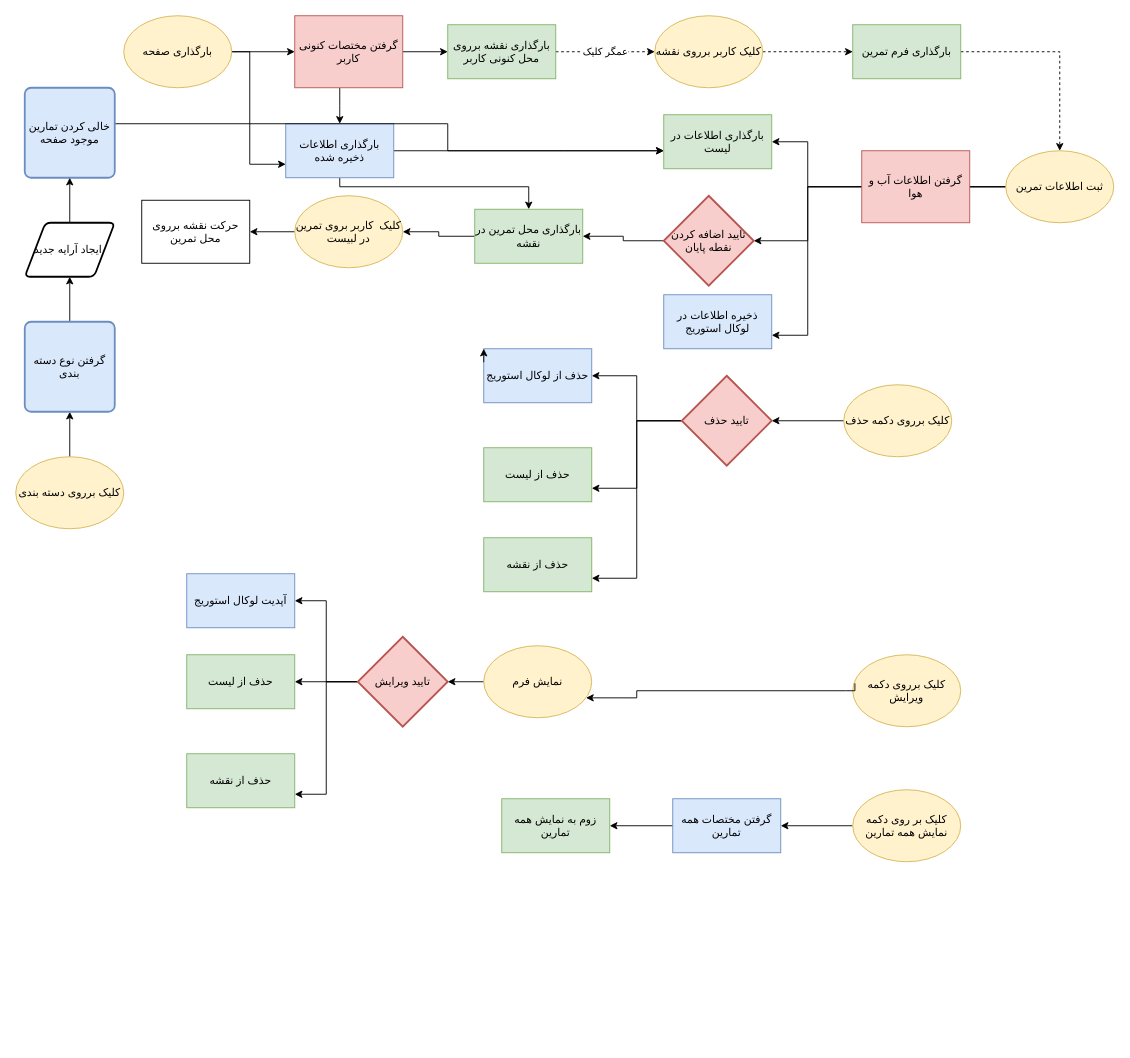
Above: flowChart.drawio in behnamrhp/mapr (draw.io), before the change. Source tidied: cells renumbered, new cells numbered last; positions are measured from the earlier drawing's top-left corner, leaving out a move shared by most shapes. Both pictures are drawn from the tidied source at 90%, with x=0, y=0 at pixel (15, -138).
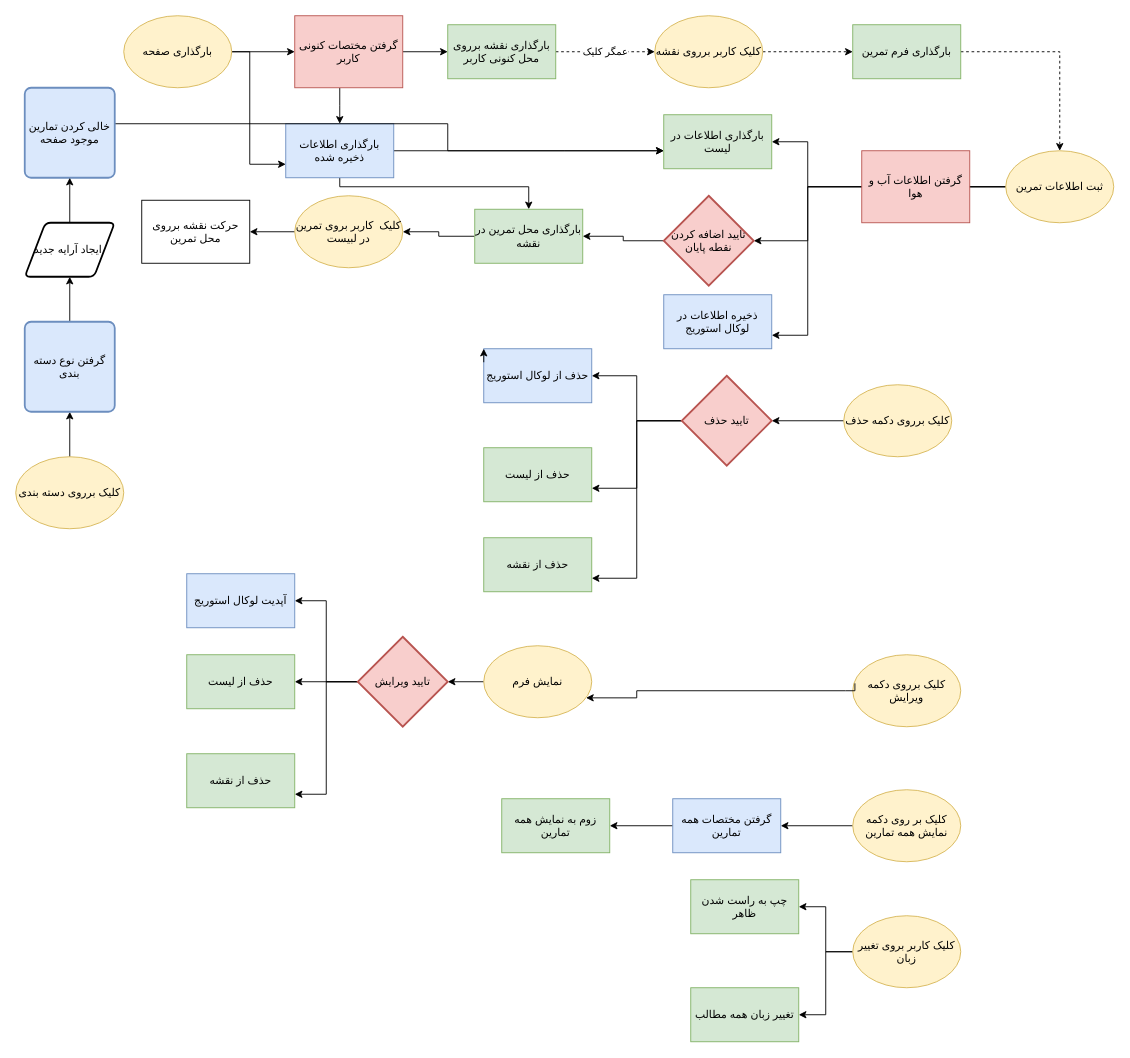
Above is the later version.

Diff of the diagram source:
```diff
@@
+    <mxCell id="66" style="edgeStyle=orthogonalEdgeStyle;rounded=0;jettySize=auto;html=1;entryX=1;entryY=0.5;entryDx=0;entryDy=0;" parent="1" edge="1" source="68" target="69">
+      <mxGeometry relative="1" as="geometry" />
+    </mxCell>
+    <mxCell id="67" style="edgeStyle=orthogonalEdgeStyle;rounded=0;jettySize=auto;html=1;entryX=1;entryY=0.5;entryDx=0;entryDy=0;" parent="1" edge="1" source="68" target="70">
+      <mxGeometry relative="1" as="geometry" />
+    </mxCell>
+    <mxCell id="68" value="کلیک کاربر بروی تغییر زبان" style="ellipse;whiteSpace=wrap;html=1;fillColor=#fff2cc;strokeColor=#d6b656;" parent="1" vertex="1">
+      <mxGeometry x="930" y="1170" width="120" height="80" as="geometry" />
+    </mxCell>
+    <mxCell id="69" value="چپ به راست شدن ظاهر" style="rounded=0;whiteSpace=wrap;html=1;fillColor=#d5e8d4;strokeColor=#82b366;" parent="1" vertex="1">
+      <mxGeometry x="750" y="1130" width="120" height="60" as="geometry" />
+    </mxCell>
+    <mxCell id="70" value="تغییر زبان همه مطالب" style="rounded=0;whiteSpace=wrap;html=1;fillColor=#d5e8d4;strokeColor=#82b366;" parent="1" vertex="1">
+      <mxGeometry x="750" y="1250" width="120" height="60" as="geometry" />
+    </mxCell>
```
